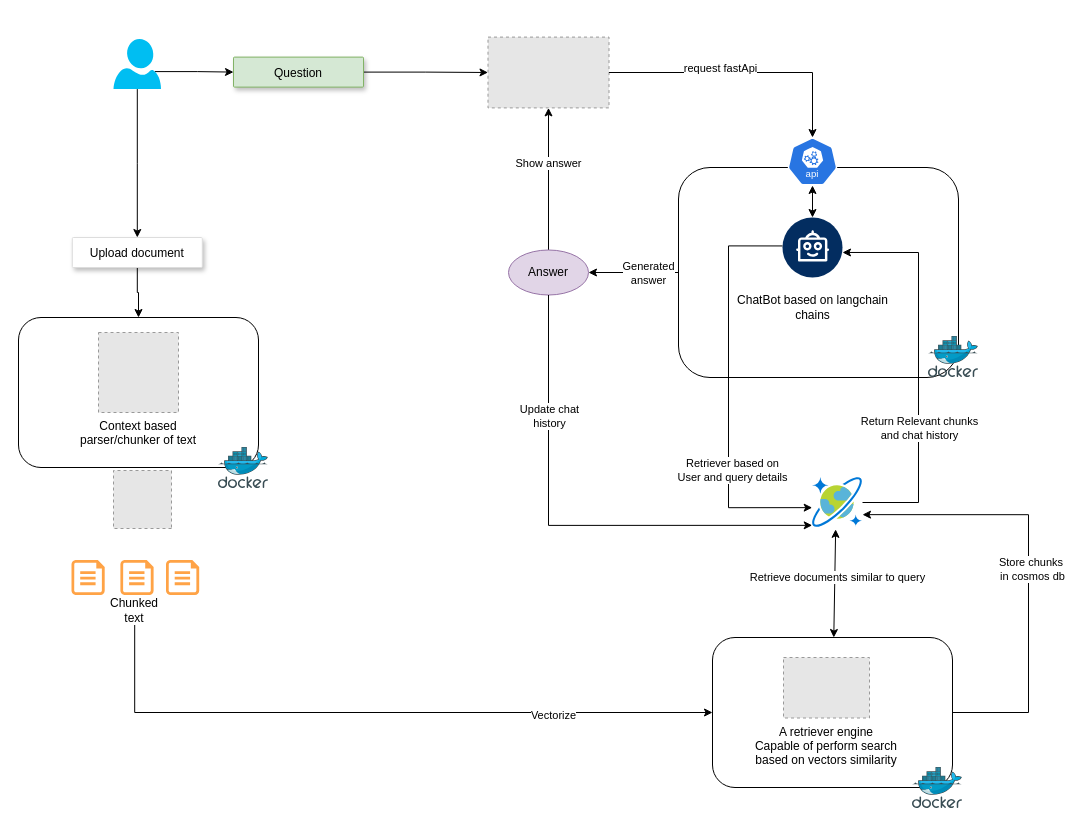
The draw.io diagram architecture.drawio in zechchair/fiverr-projects, before the edit. Source tidied: cells renumbered, new cells numbered last; positions are measured from the earlier drawing's top-left corner, leaving out a move shared by most shapes. Both pictures are drawn from the tidied source at 100%, with x=0, y=0 at pixel (18, 37). Pictures stored in the file or linked from it are replaced by grey dashed boxes.
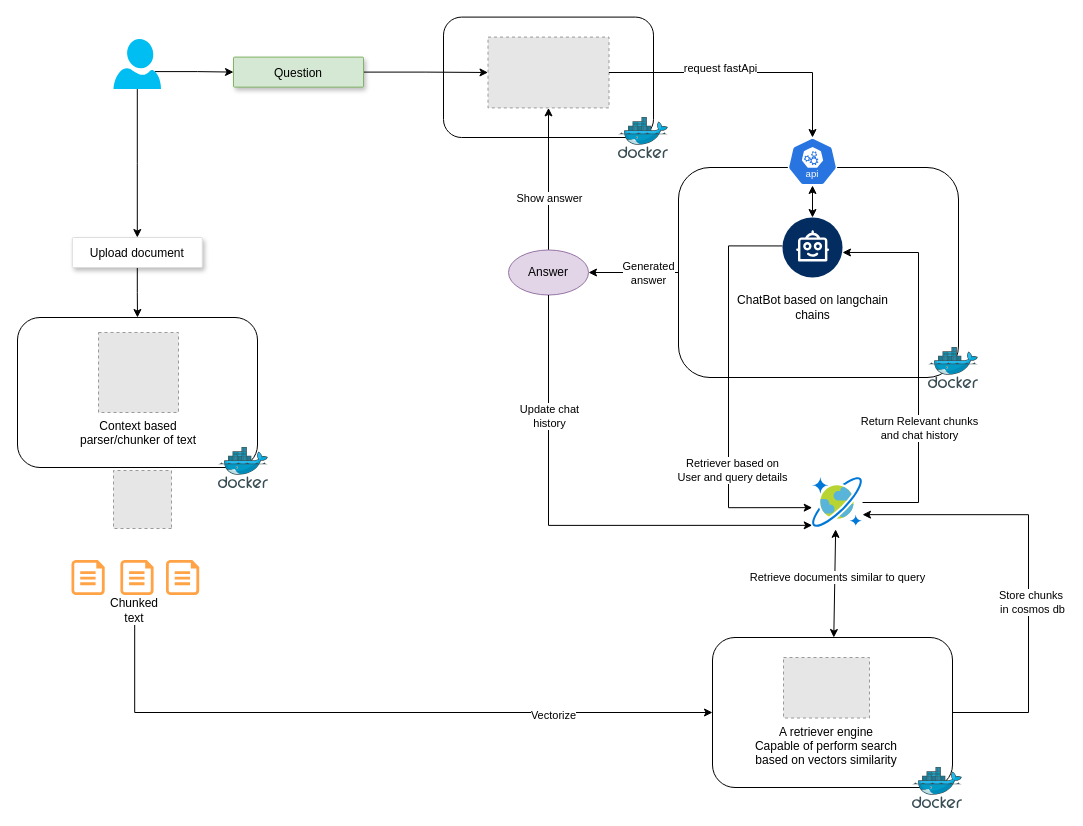
Above is the later version.

The change refers to these unchanged cells:
```xml
<mxCell id="28" style="edgeStyle=orthogonalEdgeStyle;rounded=0;jettySize=auto;html=1;exitX=0.5;exitY=0;exitDx=0;exitDy=0;" parent="1" edge="1" source="30" target="14">
  <mxGeometry relative="1" as="geometry" />
</mxCell>
<mxCell id="46" style="edgeStyle=orthogonalEdgeStyle;rounded=0;jettySize=auto;html=1;exitX=1;exitY=0.5;exitDx=0;exitDy=0;entryX=1;entryY=0.743;entryDx=0;entryDy=0;entryPerimeter=0;" parent="1" edge="1" source="23" target="5">
  <mxGeometry relative="1" as="geometry">
    <Array as="points">
      <mxPoint x="1010" y="675" />
      <mxPoint x="1010" y="477" />
    </Array>
  </mxGeometry>
</mxCell>
```

What changed in the source:
```diff
@@
+    <mxCell id="48" style="rounded=1;whiteSpace=wrap;html=1;" parent="1" vertex="1">
+      <mxGeometry x="425" y="-20.4" width="210" height="120.4" as="geometry" />
+    </mxCell>
@@
     <mxCell id="7" style="image;sketch=0;html=1;align=center;fontSize=12;image=img/lib/mscae/Docker.svg;" parent="1" vertex="1">
-      <mxGeometry x="910" y="299" width="50" height="41" as="geometry" />
+      <mxGeometry x="910" y="310" width="50" height="41" as="geometry" />
     </mxCell>
@@
     <mxCell id="29" value="Show answer" style="edgeLabel;html=1;align=center;verticalAlign=middle;" parent="28" vertex="1">
-      <mxGeometry x="0.22" y="1" relative="1" as="geometry" />
+      <mxGeometry x="0.22" y="1" relative="1" as="geometry">
+        <mxPoint x="1" y="35" as="offset" />
+      </mxGeometry>
     </mxCell>
@@
     <mxCell id="35" style="rounded=1;whiteSpace=wrap;html=1;" parent="1" vertex="1">
-      <mxGeometry y="280" width="240" height="150" as="geometry" />
+      <mxGeometry x="-1" y="280" width="240" height="150" as="geometry" />
     </mxCell>
@@
     <mxCell id="47" value="Store chunks&amp;nbsp;&lt;div&gt;in cosmos db&lt;/div&gt;" style="edgeLabel;html=1;align=center;verticalAlign=middle;" parent="46" vertex="1">
-      <mxGeometry y="-3" relative="1" as="geometry" />
+      <mxGeometry y="-3" relative="1" as="geometry">
+        <mxPoint y="33" as="offset" />
+      </mxGeometry>
     </mxCell>
+    <mxCell id="49" style="image;sketch=0;html=1;align=center;fontSize=12;image=img/lib/mscae/Docker.svg;" parent="1" vertex="1">
+      <mxGeometry x="600" y="80" width="50" height="41" as="geometry" />
+    </mxCell>
```
